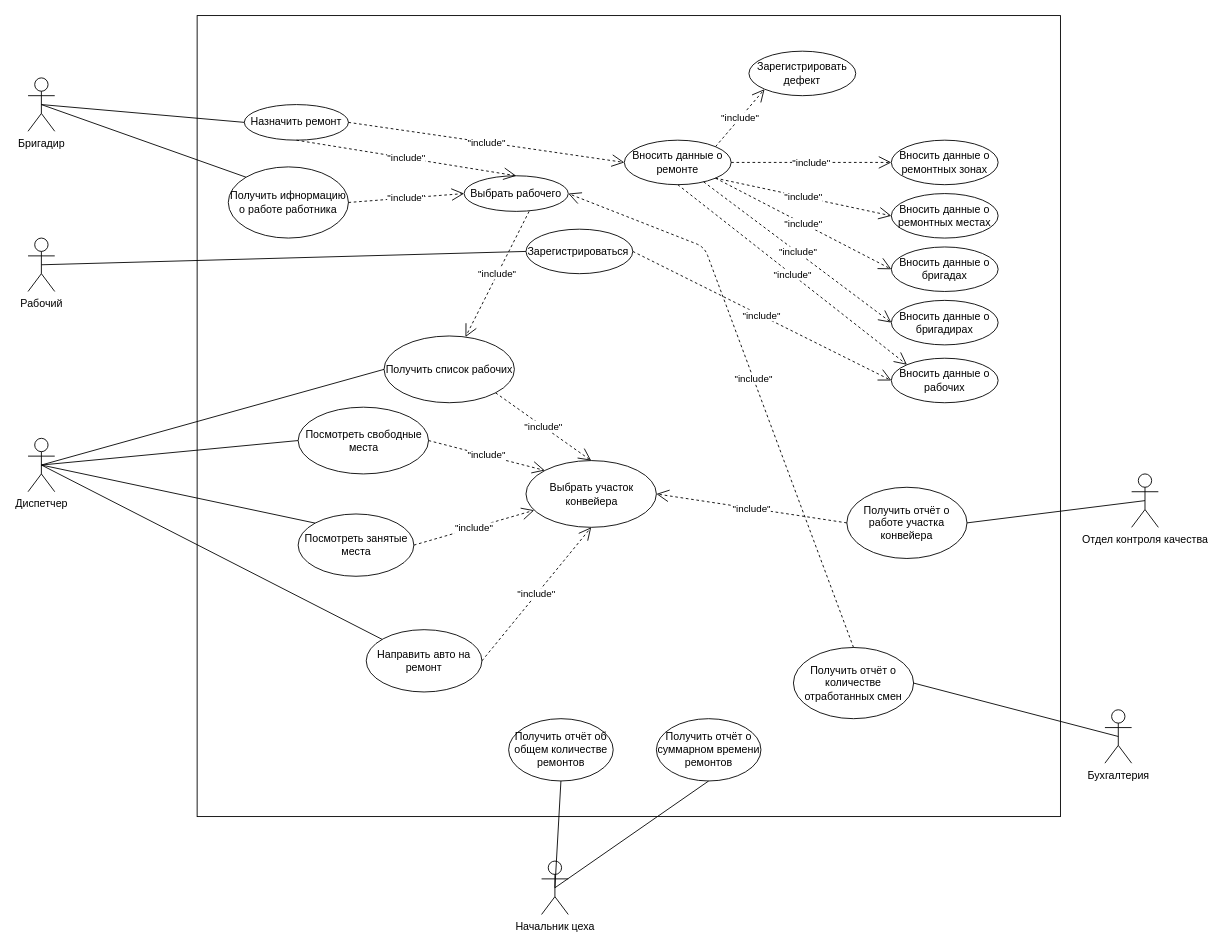
Before: hw03-rfp/RFP_USE_CASE_Surkov.drawio in maximumSHOT-HSE/SD, a draw.io diagram. Source tidied: cells renumbered, new cells numbered last; positions are measured from the earlier drawing's top-left corner, leaving out a move shared by most shapes. Both pictures are drawn from the tidied source at 89%, with x=0, y=0 at pixel (28, 15).
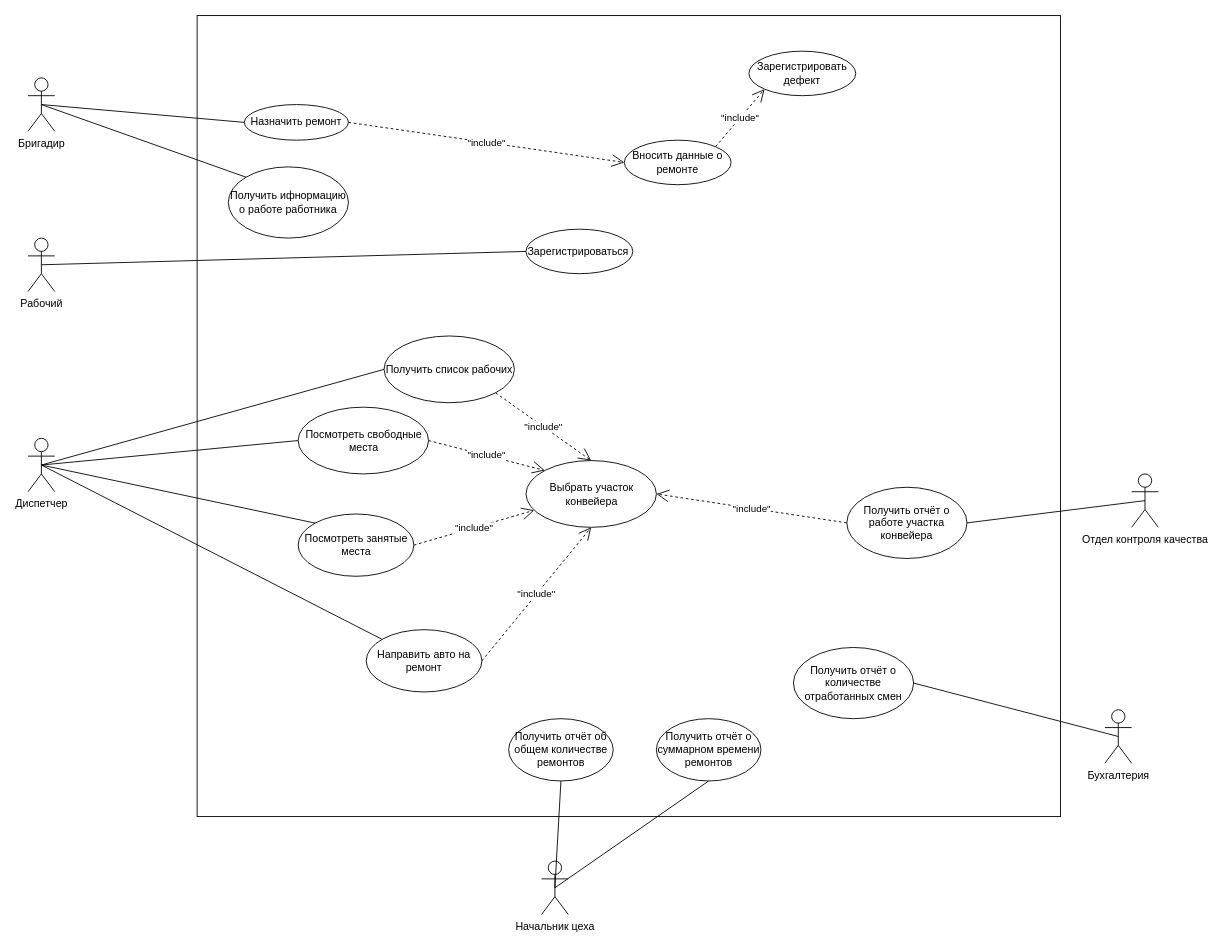
The same diagram, later.

Unchanged cells that the change refers to:
```xml
<mxCell id="4" value="Назначить ремонт" style="ellipse;whiteSpace=wrap;html=1;" parent="1" vertex="1">
  <mxGeometry x="243" y="100" width="117" height="40" as="geometry" />
</mxCell>
<mxCell id="9" value="Зарегистрироваться&amp;nbsp;" style="ellipse;whiteSpace=wrap;html=1;" parent="1" vertex="1">
  <mxGeometry x="559.5" y="240" width="120" height="50" as="geometry" />
</mxCell>
<mxCell id="19" value="Получить список рабочих" style="ellipse;whiteSpace=wrap;html=1;" parent="1" vertex="1">
  <mxGeometry x="400" y="360" width="146.5" height="75" as="geometry" />
</mxCell>
<mxCell id="32" value="Вносить данные о ремонте" style="ellipse;whiteSpace=wrap;html=1;" parent="1" vertex="1">
  <mxGeometry x="670" y="140" width="120" height="50" as="geometry" />
</mxCell>
<mxCell id="43" value="Получить ифнормацию о работе работника" style="ellipse;whiteSpace=wrap;html=1;" parent="1" vertex="1">
  <mxGeometry x="225" y="170" width="135" height="80" as="geometry" />
</mxCell>
<mxCell id="47" value="Получить отчёт о количестве отработанных смен" style="ellipse;whiteSpace=wrap;html=1;" parent="1" vertex="1">
  <mxGeometry x="860" y="710" width="135" height="80" as="geometry" />
</mxCell>
```

Change to the diagram source:
```diff
@@
-    <mxCell id="5" value="Выбрать рабочего" style="ellipse;whiteSpace=wrap;html=1;" parent="1" vertex="1">
-      <mxGeometry x="490" y="180" width="117" height="40" as="geometry" />
-    </mxCell>
-    <mxCell id="6" value="&quot;include&quot;" style="endArrow=open;endSize=12;dashed=1;html=1;exitX=0.5;exitY=1;exitDx=0;exitDy=0;entryX=0.5;entryY=0;entryDx=0;entryDy=0;" parent="1" edge="1" source="4" target="5">
-      <mxGeometry relative="1" as="geometry" />
-    </mxCell>
@@
-    <mxCell id="22" value="&quot;include&quot;" style="endArrow=open;endSize=12;dashed=1;html=1;exitX=0.624;exitY=1;exitDx=0;exitDy=0;exitPerimeter=0;" parent="1" edge="1" source="5" target="19">
-      <mxGeometry relative="1" as="geometry" />
-    </mxCell>
@@
-    <mxCell id="27" value="Вносить данные о ремонтных зонах" style="ellipse;whiteSpace=wrap;html=1;" parent="1" vertex="1">
-      <mxGeometry x="970" y="140" width="120" height="50" as="geometry" />
-    </mxCell>
-    <mxCell id="28" value="Вносить данные о ремонтных местах" style="ellipse;whiteSpace=wrap;html=1;" parent="1" vertex="1">
-      <mxGeometry x="970" y="200" width="120" height="50" as="geometry" />
-    </mxCell>
-    <mxCell id="29" value="Вносить данные о бригадах" style="ellipse;whiteSpace=wrap;html=1;" parent="1" vertex="1">
-      <mxGeometry x="970" y="260" width="120" height="50" as="geometry" />
-    </mxCell>
-    <mxCell id="30" value="Вносить данные о бригадирах" style="ellipse;whiteSpace=wrap;html=1;" parent="1" vertex="1">
-      <mxGeometry x="970" y="320" width="120" height="50" as="geometry" />
-    </mxCell>
@@
-    <mxCell id="33" value="&quot;include&quot;" style="endArrow=open;endSize=12;dashed=1;html=1;exitX=1;exitY=0.5;exitDx=0;exitDy=0;entryX=0;entryY=0.5;entryDx=0;entryDy=0;" parent="1" edge="1" source="32" target="27">
-      <mxGeometry relative="1" as="geometry" />
-    </mxCell>
-    <mxCell id="34" value="&quot;include&quot;" style="endArrow=open;endSize=12;dashed=1;html=1;exitX=1;exitY=1;exitDx=0;exitDy=0;entryX=0;entryY=0.5;entryDx=0;entryDy=0;" parent="1" edge="1" source="32" target="28">
-      <mxGeometry relative="1" as="geometry" />
-    </mxCell>
-    <mxCell id="35" value="Вносить данные о рабочих" style="ellipse;whiteSpace=wrap;html=1;" parent="1" vertex="1">
-      <mxGeometry x="970" y="385" width="120" height="50" as="geometry" />
-    </mxCell>
-    <mxCell id="36" value="&quot;include&quot;" style="endArrow=open;endSize=12;dashed=1;html=1;exitX=1;exitY=0.5;exitDx=0;exitDy=0;entryX=0;entryY=0.5;entryDx=0;entryDy=0;" parent="1" edge="1" source="9" target="35">
-      <mxGeometry relative="1" as="geometry" />
-    </mxCell>
-    <mxCell id="37" value="&quot;include&quot;" style="endArrow=open;endSize=12;dashed=1;html=1;exitX=0.5;exitY=1;exitDx=0;exitDy=0;entryX=0;entryY=0;entryDx=0;entryDy=0;" parent="1" edge="1" source="32" target="35">
-      <mxGeometry relative="1" as="geometry" />
-    </mxCell>
-    <mxCell id="38" value="&quot;include&quot;" style="endArrow=open;endSize=12;dashed=1;html=1;entryX=0;entryY=0.5;entryDx=0;entryDy=0;" parent="1" edge="1" source="32" target="30">
-      <mxGeometry relative="1" as="geometry" />
-    </mxCell>
-    <mxCell id="39" value="&quot;include&quot;" style="endArrow=open;endSize=12;dashed=1;html=1;entryX=0;entryY=0.5;entryDx=0;entryDy=0;exitX=1;exitY=1;exitDx=0;exitDy=0;" parent="1" edge="1" source="32" target="29">
-      <mxGeometry relative="1" as="geometry" />
-    </mxCell>
@@
-    <mxCell id="44" value="&quot;include&quot;" style="endArrow=open;endSize=12;dashed=1;html=1;exitX=1;exitY=0.5;exitDx=0;exitDy=0;entryX=0;entryY=0.5;entryDx=0;entryDy=0;" parent="1" edge="1" source="43" target="5">
-      <mxGeometry relative="1" as="geometry" />
-    </mxCell>
@@
-    <mxCell id="49" value="&quot;include&quot;" style="endArrow=open;endSize=12;dashed=1;html=1;exitX=0.5;exitY=0;exitDx=0;exitDy=0;entryX=1;entryY=0.5;entryDx=0;entryDy=0;" parent="1" edge="1" source="47" target="5">
-      <mxGeometry relative="1" as="geometry">
-        <Array as="points">
-          <mxPoint x="760" y="260" />
-        </Array>
-      </mxGeometry>
-    </mxCell>
```
